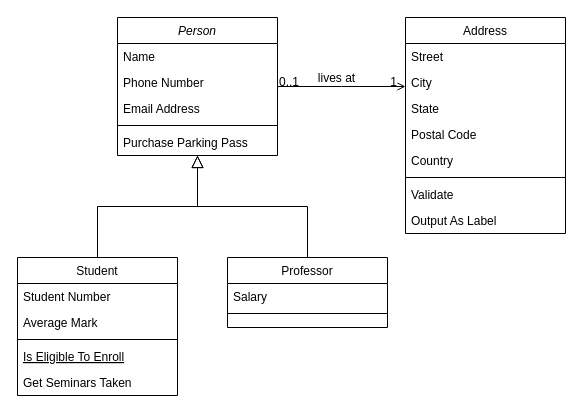
The draw.io diagram Untitled Diagram.drawio in Dirigentas/trucks_control, before the edit. Source tidied: cells renumbered, new cells numbered last; positions are measured from the earlier drawing's top-left corner, leaving out a move shared by most shapes. Both pictures are drawn from the tidied source at 100%, with x=0, y=0 at pixel (17, 17).
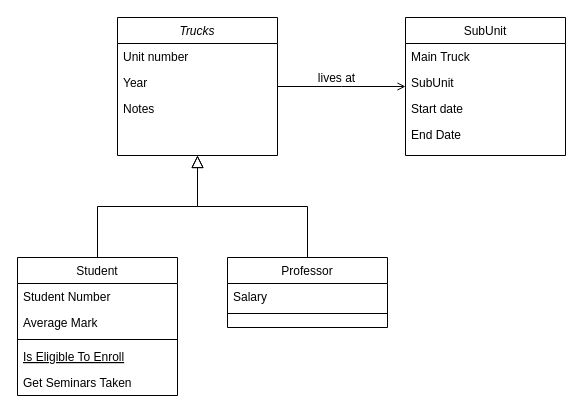
Above is the later version.

Unchanged cells that the change refers to:
```xml
<mxCell id="28" style="endArrow=open;shadow=0;strokeWidth=1;rounded=0;endFill=1;edgeStyle=elbowEdgeStyle;elbow=vertical;" parent="1" edge="1" source="2" target="19">
  <mxGeometry x="0.5" y="41" relative="1" as="geometry">
    <mxPoint x="-40" y="32" as="offset" />
  </mxGeometry>
</mxCell>
```

Diff of the diagram source:
```diff
@@
-    <mxCell id="2" value="Person" style="swimlane;fontStyle=2;align=center;verticalAlign=top;horizontal=1;startSize=26;rounded=0;shadow=0;strokeWidth=1;" parent="1" vertex="1">
+    <mxCell id="2" value="Trucks" style="swimlane;fontStyle=2;align=center;verticalAlign=top;horizontal=1;startSize=26;rounded=0;shadow=0;strokeWidth=1;" parent="1" vertex="1">
       <mxGeometry x="100" width="160" height="138" as="geometry" />
     </mxCell>
-    <mxCell id="3" value="Name" style="text;align=left;verticalAlign=top;spacingLeft=4;spacingRight=4;overflow=hidden;" parent="2" vertex="1">
-      <mxGeometry y="26" width="160" height="26" as="geometry" />
-    </mxCell>
-    <mxCell id="4" value="Phone Number" style="text;align=left;verticalAlign=top;spacingLeft=4;spacingRight=4;overflow=hidden;rounded=0;shadow=0;html=0;" parent="2" vertex="1">
-      <mxGeometry y="52" width="160" height="26" as="geometry" />
+    <mxCell id="4" value="Unit number&#10;&#10;" style="text;align=left;verticalAlign=top;spacingLeft=4;spacingRight=4;overflow=hidden;rounded=0;shadow=0;html=0;" parent="2" vertex="1">
+      <mxGeometry y="26" width="160" height="26" as="geometry" />
     </mxCell>
-    <mxCell id="5" value="Email Address" style="text;align=left;verticalAlign=top;spacingLeft=4;spacingRight=4;overflow=hidden;rounded=0;shadow=0;html=0;" parent="2" vertex="1">
-      <mxGeometry y="78" width="160" height="26" as="geometry" />
+    <mxCell id="5" value="Year" style="text;align=left;verticalAlign=top;spacingLeft=4;spacingRight=4;overflow=hidden;rounded=0;shadow=0;html=0;" parent="2" vertex="1">
+      <mxGeometry y="52" width="160" height="26" as="geometry" />
     </mxCell>
-    <mxCell id="6" style="line;html=1;strokeWidth=1;align=left;verticalAlign=middle;spacingTop=-1;spacingLeft=3;spacingRight=3;labelPosition=right;" parent="2" vertex="1">
-      <mxGeometry y="104" width="160" height="8" as="geometry" />
-    </mxCell>
-    <mxCell id="7" value="Purchase Parking Pass" style="text;align=left;verticalAlign=top;spacingLeft=4;spacingRight=4;overflow=hidden;" parent="2" vertex="1">
-      <mxGeometry y="112" width="160" height="26" as="geometry" />
+    <mxCell id="7" value="Notes" style="text;align=left;verticalAlign=top;spacingLeft=4;spacingRight=4;overflow=hidden;" parent="2" vertex="1">
+      <mxGeometry y="78" width="160" height="26" as="geometry" />
     </mxCell>
@@
-    <mxCell id="19" value="Address" style="swimlane;fontStyle=0;align=center;verticalAlign=top;horizontal=1;startSize=26;rounded=0;shadow=0;strokeWidth=1;" parent="1" vertex="1">
-      <mxGeometry x="388" width="160" height="216" as="geometry" />
+    <mxCell id="19" value="SubUnit&#10;" style="swimlane;fontStyle=0;align=center;verticalAlign=top;horizontal=1;startSize=26;rounded=0;shadow=0;strokeWidth=1;" parent="1" vertex="1">
+      <mxGeometry x="388" width="160" height="138" as="geometry" />
     </mxCell>
-    <mxCell id="20" value="Street" style="text;align=left;verticalAlign=top;spacingLeft=4;spacingRight=4;overflow=hidden;" parent="19" vertex="1">
+    <mxCell id="20" value="Main Truck" style="text;align=left;verticalAlign=top;spacingLeft=4;spacingRight=4;overflow=hidden;" parent="19" vertex="1">
       <mxGeometry y="26" width="160" height="26" as="geometry" />
     </mxCell>
-    <mxCell id="21" value="City" style="text;align=left;verticalAlign=top;spacingLeft=4;spacingRight=4;overflow=hidden;rounded=0;shadow=0;html=0;" parent="19" vertex="1">
+    <mxCell id="21" value="SubUnit    " style="text;align=left;verticalAlign=top;spacingLeft=4;spacingRight=4;overflow=hidden;rounded=0;shadow=0;html=0;" parent="19" vertex="1">
       <mxGeometry y="52" width="160" height="26" as="geometry" />
     </mxCell>
-    <mxCell id="22" value="State" style="text;align=left;verticalAlign=top;spacingLeft=4;spacingRight=4;overflow=hidden;rounded=0;shadow=0;html=0;" parent="19" vertex="1">
+    <mxCell id="22" value="Start date    " style="text;align=left;verticalAlign=top;spacingLeft=4;spacingRight=4;overflow=hidden;rounded=0;shadow=0;html=0;" parent="19" vertex="1">
       <mxGeometry y="78" width="160" height="26" as="geometry" />
     </mxCell>
-    <mxCell id="23" value="Postal Code" style="text;align=left;verticalAlign=top;spacingLeft=4;spacingRight=4;overflow=hidden;rounded=0;shadow=0;html=0;" parent="19" vertex="1">
+    <mxCell id="23" value="End Date" style="text;align=left;verticalAlign=top;spacingLeft=4;spacingRight=4;overflow=hidden;rounded=0;shadow=0;html=0;" parent="19" vertex="1">
       <mxGeometry y="104" width="160" height="26" as="geometry" />
     </mxCell>
-    <mxCell id="24" value="Country" style="text;align=left;verticalAlign=top;spacingLeft=4;spacingRight=4;overflow=hidden;rounded=0;shadow=0;html=0;" parent="19" vertex="1">
-      <mxGeometry y="130" width="160" height="26" as="geometry" />
-    </mxCell>
-    <mxCell id="25" style="line;html=1;strokeWidth=1;align=left;verticalAlign=middle;spacingTop=-1;spacingLeft=3;spacingRight=3;labelPosition=right;" parent="19" vertex="1">
-      <mxGeometry y="156" width="160" height="8" as="geometry" />
-    </mxCell>
-    <mxCell id="26" value="Validate" style="text;align=left;verticalAlign=top;spacingLeft=4;spacingRight=4;overflow=hidden;" parent="19" vertex="1">
-      <mxGeometry y="164" width="160" height="26" as="geometry" />
-    </mxCell>
-    <mxCell id="27" value="Output As Label" style="text;align=left;verticalAlign=top;spacingLeft=4;spacingRight=4;overflow=hidden;" parent="19" vertex="1">
-      <mxGeometry y="190" width="160" height="26" as="geometry" />
-    </mxCell>
@@
-    <mxCell id="29" value="0..1" style="align=left;verticalAlign=bottom;labelBackgroundColor=none;fontSize=12;" parent="28" vertex="1">
-      <mxGeometry x="-1" relative="1" as="geometry">
-        <mxPoint y="4" as="offset" />
-      </mxGeometry>
-    </mxCell>
-    <mxCell id="30" value="1" style="align=right;verticalAlign=bottom;labelBackgroundColor=none;fontSize=12;" parent="28" vertex="1">
-      <mxGeometry x="1" relative="1" as="geometry">
-        <mxPoint x="-7" y="4" as="offset" />
-      </mxGeometry>
-    </mxCell>
```
